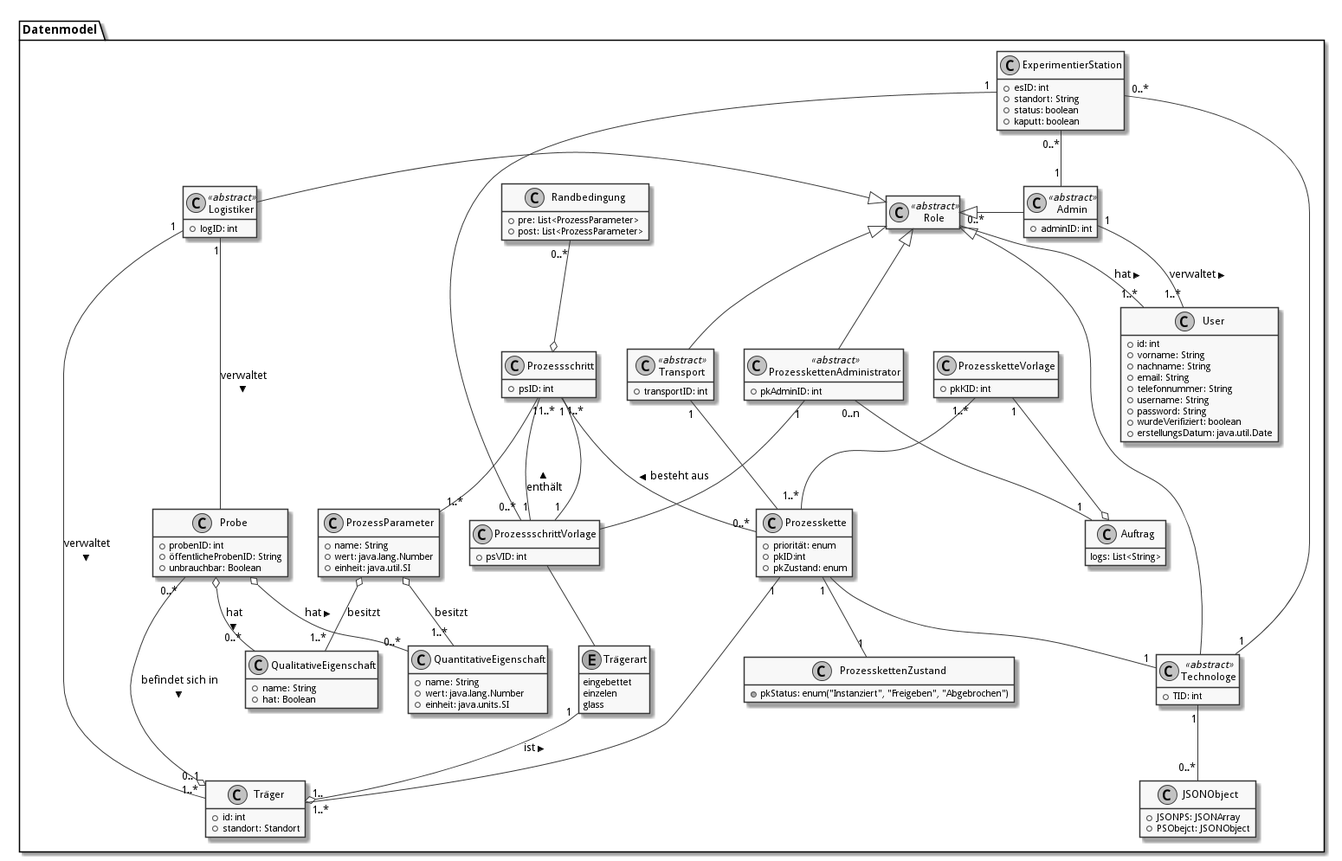
Above: doc/UML/datenModelNurEineID.png in fkehlenb/softwareprojekt-2 (PlantUML), before the change.
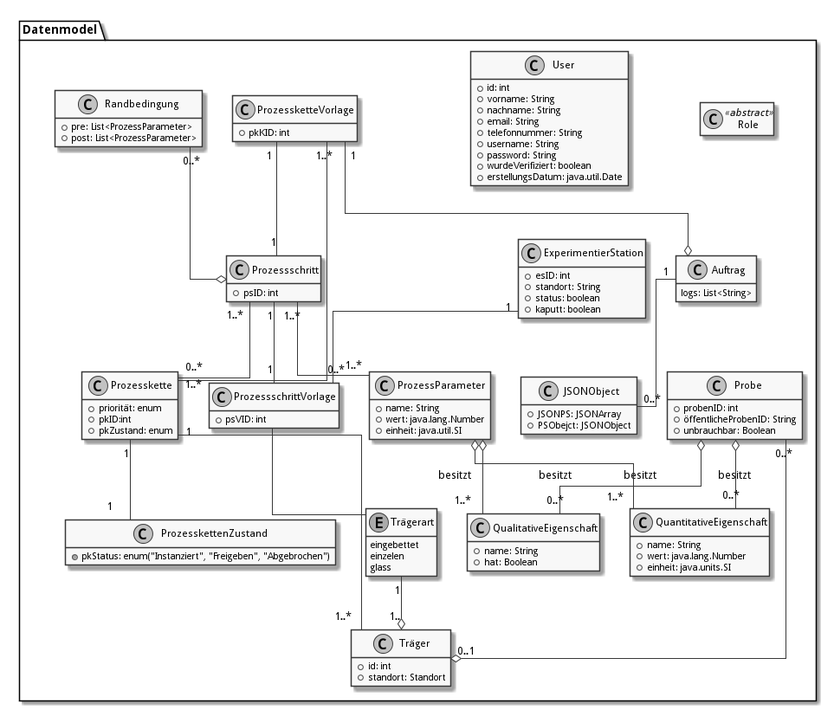
Above is the later version.

What changed in the source:
```diff
@@ -1,15 +1,13 @@
 @startuml
 skinparam monochrome true
 skinparam componentStyle uml2
+skinparam linetype ortho
+
 
 hide empty members
 
 package Datenmodel {
   class Role  <<abstract>> {
-  }
-
-  class Logistiker  <<abstract>> {
-  +logID: int
   }
 
   class User {
@@ -24,18 +22,6 @@
     +erstellungsDatum: java.util.Date
   }
 
-  class Admin <<abstract>>{
-    +adminID: int
-  }
-
-
-  class "Technologe" as t  <<abstract>> {
-    +TID: int
-  }
-
-  class "Transport" as transport  <<abstract>> {
-    +transportID: int
-  }
 
   class Probe {
     +probenID: int
@@ -81,11 +67,6 @@
     }
   }
 
-  together {
-    class "ProzesskettenAdministrator" as pkAdmin  <<abstract>> {
-      +pkAdminID: int
-    }
-
 
     class "Prozesskette" as pk {
       +priorität: enum
@@ -100,7 +81,6 @@
     class "ProzesskettenZustand" as pkZ {
       +pkStatus: enum("Instanziert", "Freigeben", "Abgebrochen")
     }
-  }
 
   class "ExperimentierStation" as es {
     +esID: int
@@ -123,49 +103,32 @@
   logs: List<String>
   }
 
-  Role <|-left- Logistiker
-  Role "0..*"-left-"1..*" User: hat >
-  Role <|-right- Admin
-  Role <|-right- t
-  Role <|-- transport
+  Probe o-- "0..*"quantE : besitzt
+  Probe o-- "0..*"qualE : besitzt
+  Trägerart"1" --o "1.." Träger
+  Probe "0..*"--o "0..1" Träger
 
-  Logistiker "1" -- Probe: verwaltet >
-  Logistiker "1" -- "1..*" Träger: verwaltet >
-  Probe o-- "0..*"quantE : hat >
-  Probe o-- "0..*"qualE : hat >
-  Trägerart"1" --o "1.." Träger: < ist
-  Probe "0..*"--o "0..1" Träger: befindet sich in >
-
-  Admin "1" -- "1..*" User: verwaltet >
-
-  Role <|-- pkAdmin
-  pkAdmin "1" -- psV
 
   psV -- Trägerart
-  ps "1"--"1" psV: < enthält
-  ps "1..*" -- "0..*" pk: < besteht aus
+  ps "1"--"1" psV
+  ps "1..*" -- "0..*" pk
 
-  psV "1" -- "1" ps
+  pkV "1" -- "1" ps
   pkV "1..*" -- "1..*" pk
 
   pk "1" -- "1" pkZ
-  pk "1"-- "1..*" Träger
-  pk -- "1" t
+  pk "1" -- "1..*" Träger
 
   ps "1..*" -- "1..*" pp
   pp o-- "1..*" qualE: besitzt
   pp o-- "1..*" quantE: besitzt
 
-  es "0..*" -- "1" Admin
   es "1" -- "0..*" psV
-  es "0..*" -- "1" t
-
-  transport "1" -- pk
 
   rb "0..*" --o ps
 
-  t "1" -down- "0..*" JSONObject
+  Auftrag "1" -down- "0..*" JSONObject
 
-  pkAdmin "0..n" -- "1" Auftrag
   pkV "1" --o Auftrag
+}
 @enduml
```
